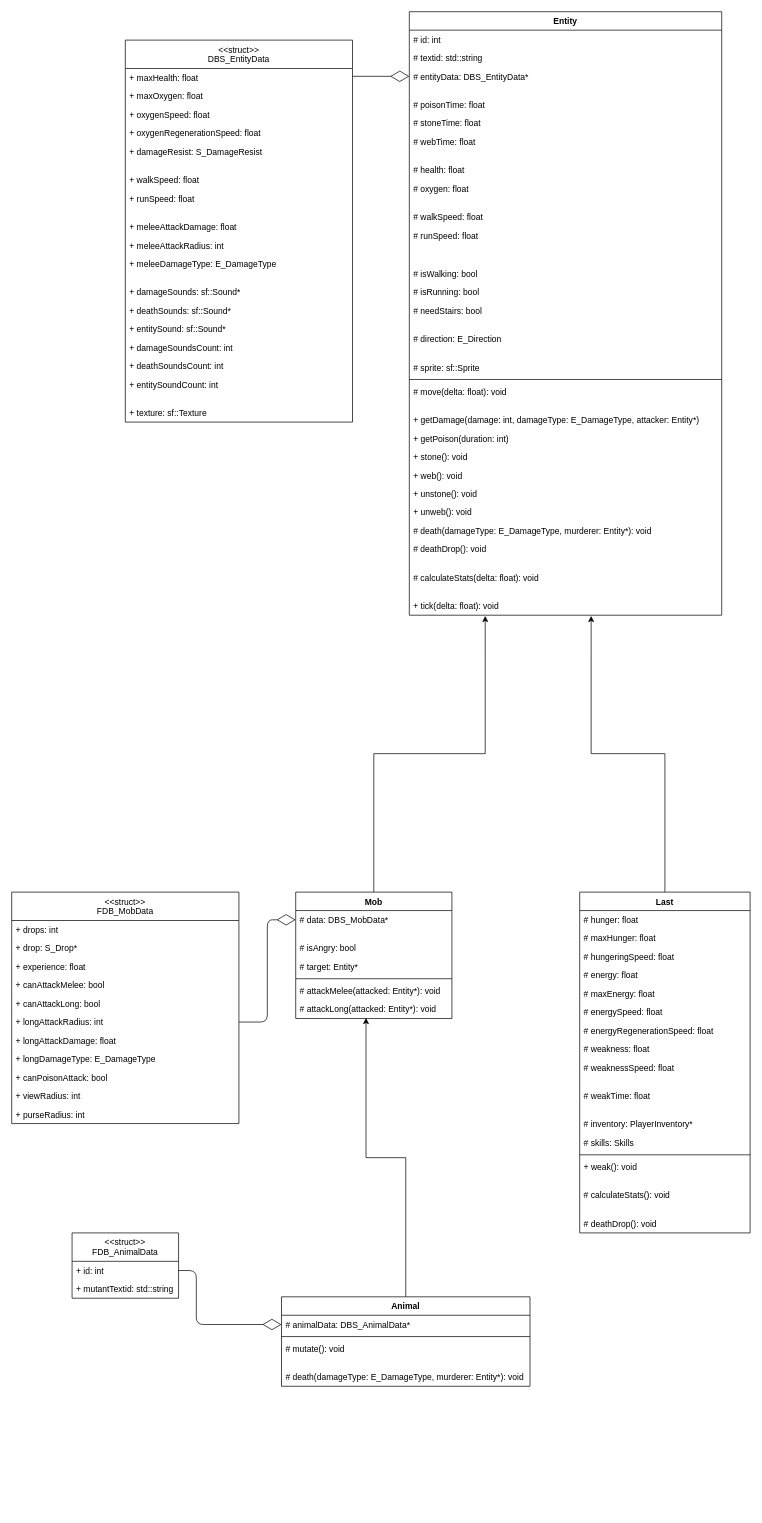
The draw.io diagram page "Entity" (1 of 3) of Classes.drawio in sqrt-of-minus-one/After_0, before the edit. Source tidied: cells renumbered, new cells numbered last; positions are measured from the earlier drawing's top-left corner, leaving out a move shared by most shapes. Both pictures are drawn from the tidied source at 71%, with x=0, y=0 at pixel (11, 11).
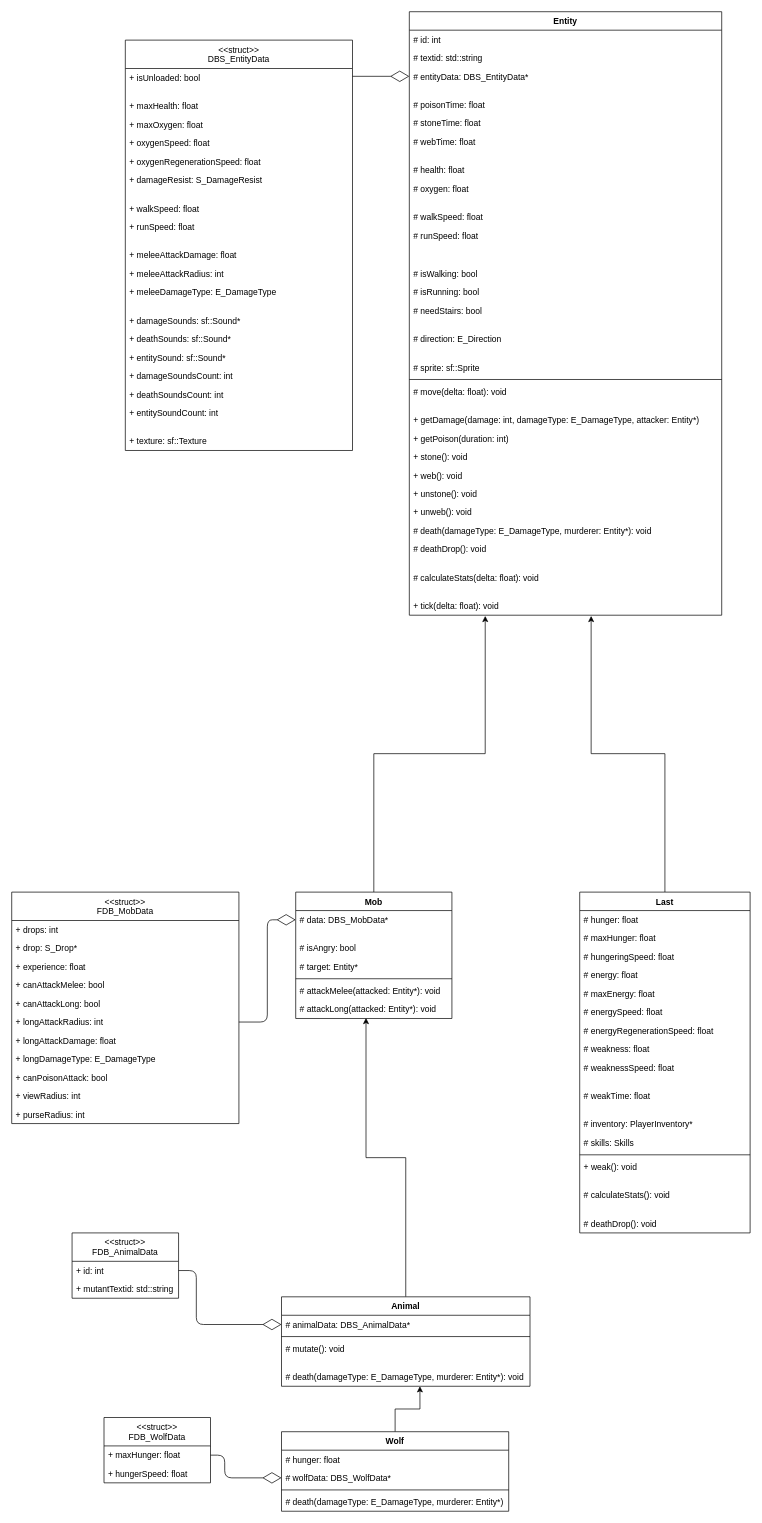
The same diagram, later.

Commit message (it also covers changes not shown here):
Added class Wolf

Unchanged cells that the change refers to:
```xml
<mxCell id="113" value="# death(damageType: E_DamageType, murderer: Entity*): void" style="text;strokeColor=none;fillColor=none;align=left;verticalAlign=top;spacingLeft=4;spacingRight=4;overflow=hidden;points=[[0,0.5],[1,0.5]];portConstraint=eastwest;" parent="108" vertex="1">
  <mxGeometry y="100" width="350" height="26" as="geometry" />
</mxCell>
```

The edit, as a diff of the source:
```diff
@@
     <mxCell id="41" value="&lt;&lt;struct&gt;&gt;&#10;DBS_EntityData" style="swimlane;fontStyle=0;horizontal=1;startSize=40;fillColor=none;" parent="1" vertex="1">
-      <mxGeometry x="160" y="40" width="320" height="538" as="geometry" />
+      <mxGeometry x="160" y="40" width="320" height="578" as="geometry" />
     </mxCell>
+    <mxCell id="118" value="+ isUnloaded: bool" style="text;strokeColor=none;fillColor=none;align=left;verticalAlign=top;spacingLeft=4;spacingRight=4;overflow=hidden;" parent="41" vertex="1">
+      <mxGeometry y="40" width="320" height="26" as="geometry" />
+    </mxCell>
+    <mxCell id="119" style="text;strokeColor=none;fillColor=none;align=left;verticalAlign=middle;spacingTop=-1;spacingLeft=4;spacingRight=4;labelPosition=right;" parent="41" vertex="1">
+      <mxGeometry y="66" width="320" height="14" as="geometry" />
+    </mxCell>
     <mxCell id="42" value="+ maxHealth: float" style="text;strokeColor=none;fillColor=none;align=left;verticalAlign=top;spacingLeft=4;spacingRight=4;overflow=hidden;" parent="41" vertex="1">
-      <mxGeometry y="40" width="320" height="26" as="geometry" />
+      <mxGeometry y="80" width="320" height="26" as="geometry" />
     </mxCell>
     <mxCell id="43" value="+ maxOxygen: float" style="text;strokeColor=none;fillColor=none;align=left;verticalAlign=top;spacingLeft=4;spacingRight=4;overflow=hidden;" parent="41" vertex="1">
-      <mxGeometry y="66" width="320" height="26" as="geometry" />
+      <mxGeometry y="106" width="320" height="26" as="geometry" />
     </mxCell>
     <mxCell id="44" value="+ oxygenSpeed: float" style="text;strokeColor=none;fillColor=none;align=left;verticalAlign=top;spacingLeft=4;spacingRight=4;overflow=hidden;" parent="41" vertex="1">
-      <mxGeometry y="92" width="320" height="26" as="geometry" />
+      <mxGeometry y="132" width="320" height="26" as="geometry" />
     </mxCell>
     <mxCell id="45" value="+ oxygenRegenerationSpeed: float" style="text;strokeColor=none;fillColor=none;align=left;verticalAlign=top;spacingLeft=4;spacingRight=4;overflow=hidden;" parent="41" vertex="1">
-      <mxGeometry y="118" width="320" height="26" as="geometry" />
+      <mxGeometry y="158" width="320" height="26" as="geometry" />
     </mxCell>
     <mxCell id="46" value="+ damageResist: S_DamageResist" style="text;strokeColor=none;fillColor=none;align=left;verticalAlign=top;spacingLeft=4;spacingRight=4;overflow=hidden;" parent="41" vertex="1">
-      <mxGeometry y="144" width="320" height="26" as="geometry" />
+      <mxGeometry y="184" width="320" height="26" as="geometry" />
     </mxCell>
     <mxCell id="47" style="text;strokeColor=none;fillColor=none;align=left;verticalAlign=middle;spacingTop=-1;spacingLeft=4;spacingRight=4;labelPosition=right;" parent="41" vertex="1">
-      <mxGeometry y="170" width="320" height="14" as="geometry" />
+      <mxGeometry y="210" width="320" height="14" as="geometry" />
     </mxCell>
     <mxCell id="48" value="+ walkSpeed: float" style="text;strokeColor=none;fillColor=none;align=left;verticalAlign=top;spacingLeft=4;spacingRight=4;overflow=hidden;" parent="41" vertex="1">
-      <mxGeometry y="184" width="320" height="26" as="geometry" />
+      <mxGeometry y="224" width="320" height="26" as="geometry" />
     </mxCell>
     <mxCell id="49" value="+ runSpeed: float" style="text;strokeColor=none;fillColor=none;align=left;verticalAlign=top;spacingLeft=4;spacingRight=4;overflow=hidden;" parent="41" vertex="1">
-      <mxGeometry y="210" width="320" height="26" as="geometry" />
+      <mxGeometry y="250" width="320" height="26" as="geometry" />
     </mxCell>
     <mxCell id="50" style="text;strokeColor=none;fillColor=none;align=left;verticalAlign=middle;spacingTop=-1;spacingLeft=4;spacingRight=4;labelPosition=right;" parent="41" vertex="1">
-      <mxGeometry y="236" width="320" height="14" as="geometry" />
+      <mxGeometry y="276" width="320" height="14" as="geometry" />
     </mxCell>
     <mxCell id="51" value="+ meleeAttackDamage: float" style="text;strokeColor=none;fillColor=none;align=left;verticalAlign=top;spacingLeft=4;spacingRight=4;overflow=hidden;" parent="41" vertex="1">
-      <mxGeometry y="250" width="320" height="26" as="geometry" />
+      <mxGeometry y="290" width="320" height="26" as="geometry" />
     </mxCell>
     <mxCell id="52" value="+ meleeAttackRadius: int" style="text;strokeColor=none;fillColor=none;align=left;verticalAlign=top;spacingLeft=4;spacingRight=4;overflow=hidden;" parent="41" vertex="1">
-      <mxGeometry y="276" width="320" height="26" as="geometry" />
+      <mxGeometry y="316" width="320" height="26" as="geometry" />
     </mxCell>
     <mxCell id="53" value="+ meleeDamageType: E_DamageType" style="text;strokeColor=none;fillColor=none;align=left;verticalAlign=top;spacingLeft=4;spacingRight=4;overflow=hidden;" parent="41" vertex="1">
-      <mxGeometry y="302" width="320" height="26" as="geometry" />
+      <mxGeometry y="342" width="320" height="26" as="geometry" />
     </mxCell>
     <mxCell id="54" style="text;strokeColor=none;fillColor=none;align=left;verticalAlign=middle;spacingTop=-1;spacingLeft=4;spacingRight=4;labelPosition=right;" parent="41" vertex="1">
-      <mxGeometry y="328" width="320" height="14" as="geometry" />
+      <mxGeometry y="368" width="320" height="14" as="geometry" />
     </mxCell>
     <mxCell id="55" value="+ damageSounds: sf::Sound*" style="text;strokeColor=none;fillColor=none;align=left;verticalAlign=top;spacingLeft=4;spacingRight=4;overflow=hidden;" parent="41" vertex="1">
-      <mxGeometry y="342" width="320" height="26" as="geometry" />
+      <mxGeometry y="382" width="320" height="26" as="geometry" />
     </mxCell>
     <mxCell id="56" value="+ deathSounds: sf::Sound*" style="text;strokeColor=none;fillColor=none;align=left;verticalAlign=top;spacingLeft=4;spacingRight=4;overflow=hidden;" parent="41" vertex="1">
-      <mxGeometry y="368" width="320" height="26" as="geometry" />
+      <mxGeometry y="408" width="320" height="26" as="geometry" />
     </mxCell>
     <mxCell id="57" value="+ entitySound: sf::Sound*" style="text;strokeColor=none;fillColor=none;align=left;verticalAlign=top;spacingLeft=4;spacingRight=4;overflow=hidden;" parent="41" vertex="1">
-      <mxGeometry y="394" width="320" height="26" as="geometry" />
+      <mxGeometry y="434" width="320" height="26" as="geometry" />
     </mxCell>
     <mxCell id="58" value="+ damageSoundsCount: int" style="text;strokeColor=none;fillColor=none;align=left;verticalAlign=top;spacingLeft=4;spacingRight=4;overflow=hidden;" parent="41" vertex="1">
-      <mxGeometry y="420" width="320" height="26" as="geometry" />
+      <mxGeometry y="460" width="320" height="26" as="geometry" />
     </mxCell>
     <mxCell id="59" value="+ deathSoundsCount: int" style="text;strokeColor=none;fillColor=none;align=left;verticalAlign=top;spacingLeft=4;spacingRight=4;overflow=hidden;" parent="41" vertex="1">
-      <mxGeometry y="446" width="320" height="26" as="geometry" />
+      <mxGeometry y="486" width="320" height="26" as="geometry" />
     </mxCell>
     <mxCell id="60" value="+ entitySoundCount: int" style="text;strokeColor=none;fillColor=none;align=left;verticalAlign=top;spacingLeft=4;spacingRight=4;overflow=hidden;" parent="41" vertex="1">
-      <mxGeometry y="472" width="320" height="26" as="geometry" />
+      <mxGeometry y="512" width="320" height="26" as="geometry" />
     </mxCell>
     <mxCell id="61" style="text;strokeColor=none;fillColor=none;align=left;verticalAlign=middle;spacingTop=-1;spacingLeft=4;spacingRight=4;labelPosition=right;" parent="41" vertex="1">
-      <mxGeometry y="498" width="320" height="14" as="geometry" />
+      <mxGeometry y="538" width="320" height="14" as="geometry" />
     </mxCell>
     <mxCell id="62" value="+ texture: sf::Texture" style="text;strokeColor=none;fillColor=none;align=left;verticalAlign=top;spacingLeft=4;spacingRight=4;overflow=hidden;" parent="41" vertex="1">
-      <mxGeometry y="512" width="320" height="26" as="geometry" />
+      <mxGeometry y="552" width="320" height="26" as="geometry" />
     </mxCell>
@@
+    <mxCell id="120" style="edgeStyle=orthogonalEdgeStyle;rounded=0;jettySize=auto;html=1;entryX=0.557;entryY=1;entryDx=0;entryDy=0;entryPerimeter=0;" parent="1" edge="1" source="121" target="113">
+      <mxGeometry relative="1" as="geometry" />
+    </mxCell>
+    <mxCell id="121" value="Wolf" style="swimlane;fontStyle=1;align=center;verticalAlign=top;horizontal=1;startSize=26;" parent="1" vertex="1">
+      <mxGeometry x="380" y="2000" width="320" height="112" as="geometry" />
+    </mxCell>
+    <mxCell id="122" value="# hunger: float" style="text;strokeColor=none;fillColor=none;align=left;verticalAlign=top;spacingLeft=4;spacingRight=4;overflow=hidden;" parent="121" vertex="1">
+      <mxGeometry y="26" width="320" height="26" as="geometry" />
+    </mxCell>
+    <mxCell id="123" value="# wolfData: DBS_WolfData*" style="text;strokeColor=none;fillColor=none;align=left;verticalAlign=top;spacingLeft=4;spacingRight=4;overflow=hidden;points=[[0,0.5],[1,0.5]];portConstraint=eastwest;" parent="121" vertex="1">
+      <mxGeometry y="52" width="320" height="26" as="geometry" />
+    </mxCell>
+    <mxCell id="124" style="line;strokeWidth=1;fillColor=none;align=left;verticalAlign=middle;spacingTop=-1;spacingLeft=3;spacingRight=3;labelPosition=right;" parent="121" vertex="1">
+      <mxGeometry y="78" width="320" height="8" as="geometry" />
+    </mxCell>
+    <mxCell id="125" value="# death(damageType: E_DamageType, murderer: Entity*)" style="text;strokeColor=none;fillColor=none;align=left;verticalAlign=top;spacingLeft=4;spacingRight=4;overflow=hidden;" parent="121" vertex="1">
+      <mxGeometry y="86" width="320" height="26" as="geometry" />
+    </mxCell>
+    <mxCell id="126" style="endArrow=diamondThin;endFill=0;endSize=24;html=1;exitX=1;exitY=0.5;exitDx=0;exitDy=0;entryX=0;entryY=0.5;entryDx=0;entryDy=0;" parent="1" edge="1" source="128" target="123">
+      <mxGeometry relative="1" as="geometry">
+        <Array as="points">
+          <mxPoint x="300" y="2033" />
+          <mxPoint x="300" y="2065" />
+        </Array>
+      </mxGeometry>
+    </mxCell>
+    <mxCell id="127" value="&lt;&lt;struct&gt;&gt;&#10;FDB_WolfData" style="swimlane;fontStyle=0;horizontal=1;startSize=40;fillColor=none;" parent="1" vertex="1">
+      <mxGeometry x="130" y="1980" width="150" height="92" as="geometry" />
+    </mxCell>
+    <mxCell id="128" value="+ maxHunger: float" style="text;strokeColor=none;fillColor=none;align=left;verticalAlign=top;spacingLeft=4;spacingRight=4;overflow=hidden;points=[[0,0.5],[1,0.5]];portConstraint=eastwest;" parent="127" vertex="1">
+      <mxGeometry y="40" width="150" height="26" as="geometry" />
+    </mxCell>
+    <mxCell id="129" value="+ hungerSpeed: float" style="text;strokeColor=none;fillColor=none;align=left;verticalAlign=top;spacingLeft=4;spacingRight=4;overflow=hidden;" parent="127" vertex="1">
+      <mxGeometry y="66" width="150" height="26" as="geometry" />
+    </mxCell>
```
